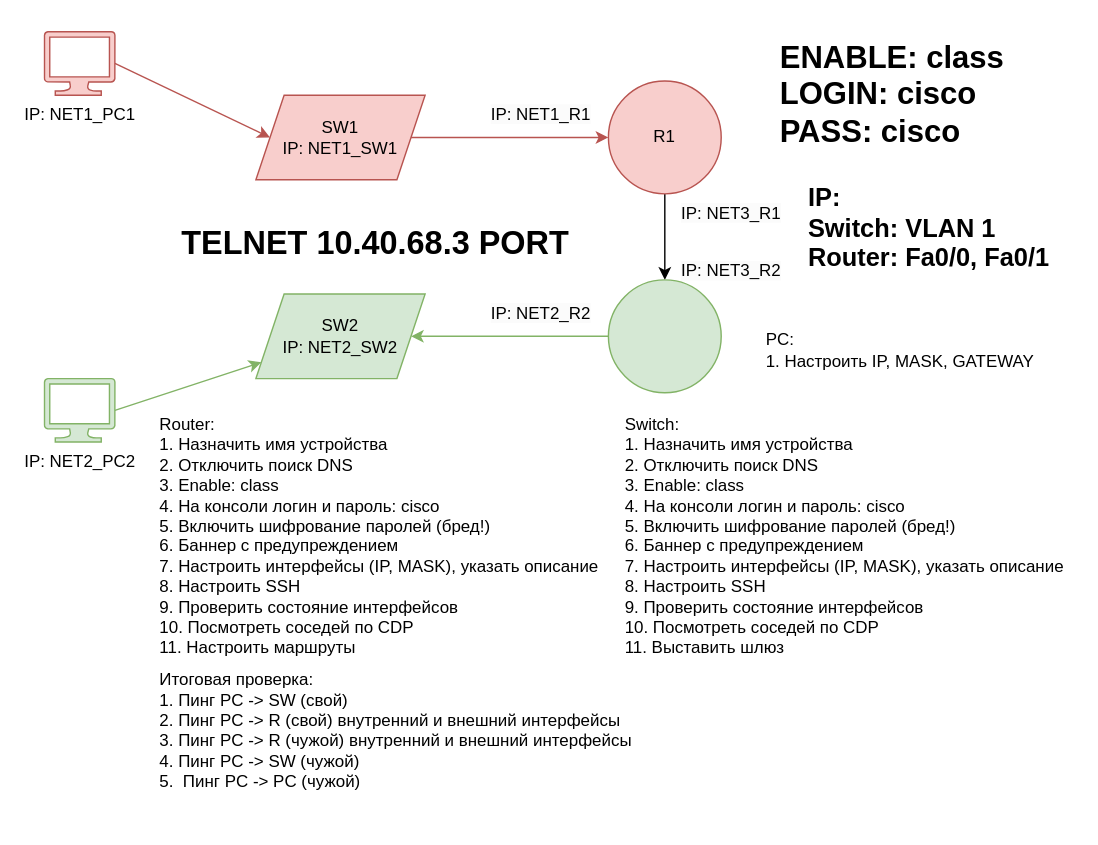
Before: CiscoNET.drawio in plazmer/Diagrams.Net, a draw.io diagram. Source tidied: cells renumbered, new cells numbered last; positions are measured from the earlier drawing's top-left corner, leaving out a move shared by most shapes. Both pictures are drawn from the tidied source at 141%, with x=0, y=0 at pixel (44, 24).
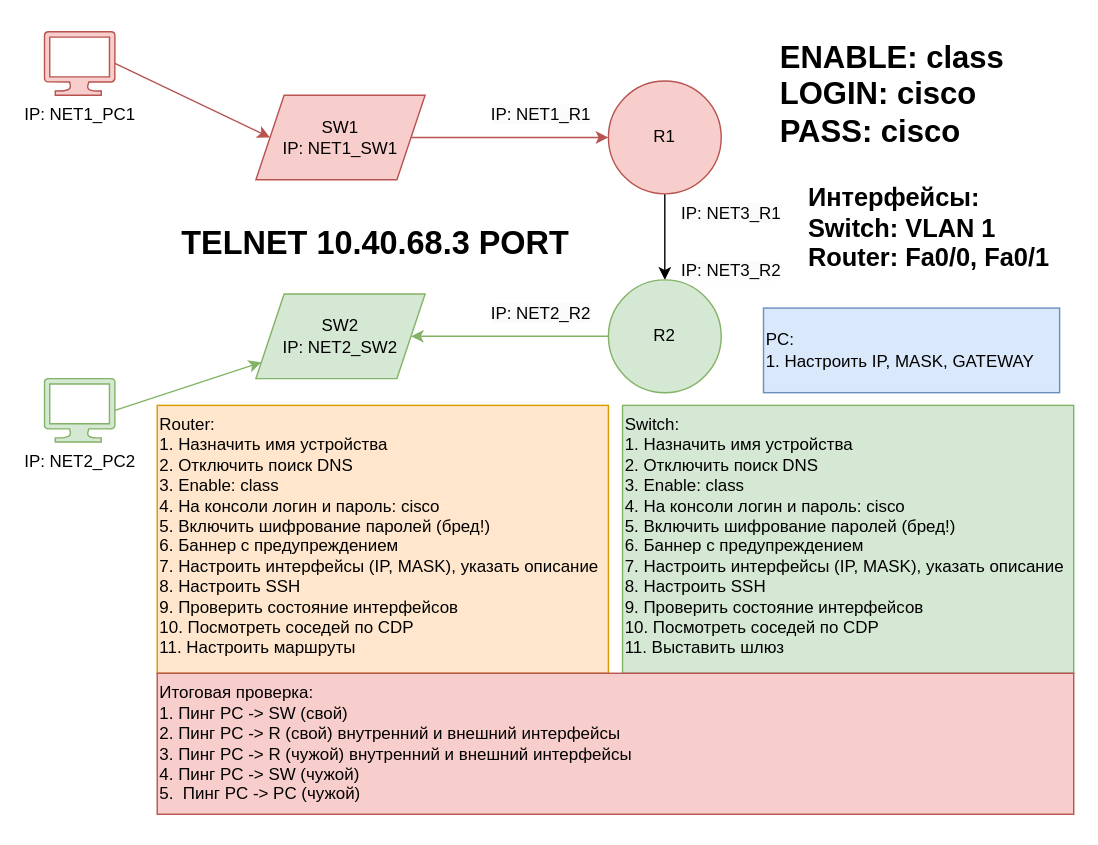
The same diagram, later.

Change to the diagram source:
```diff
@@
-    <mxCell id="8" style="ellipse;whiteSpace=wrap;html=1;fillColor=#d5e8d4;strokeColor=#82b366;" parent="1" vertex="1">
+    <mxCell id="8" value="R2" style="ellipse;whiteSpace=wrap;html=1;fillColor=#d5e8d4;strokeColor=#82b366;" parent="1" vertex="1">
       <mxGeometry x="400" y="181" width="80" height="80" as="geometry" />
     </mxCell>
@@
-    <mxCell id="15" value="IP:&lt;br style=&quot;font-size: 18px;&quot;&gt;Switch: VLAN 1&lt;br style=&quot;font-size: 18px;&quot;&gt;Router: Fa0/0, Fa0/1" style="text;html=1;strokeColor=none;fillColor=none;align=left;verticalAlign=middle;whiteSpace=wrap;rounded=0;fontStyle=1;fontSize=18;" parent="1" vertex="1">
+    <mxCell id="15" value="Интерфейсы:&lt;br style=&quot;font-size: 18px;&quot;&gt;Switch: VLAN 1&lt;br style=&quot;font-size: 18px;&quot;&gt;Router: Fa0/0, Fa0/1" style="text;html=1;strokeColor=none;fillColor=none;align=left;verticalAlign=middle;whiteSpace=wrap;rounded=0;fontStyle=1;fontSize=18;" parent="1" vertex="1">
       <mxGeometry x="540" y="110" width="180" height="70" as="geometry" />
     </mxCell>
-    <mxCell id="16" value="Router:&lt;br&gt;1. Назначить имя устройства&lt;br&gt;2. Отключить поиск DNS&lt;br&gt;3. Enable: class&lt;br&gt;4. На консоли логин и пароль: cisco&lt;br&gt;5. Включить шифрование паролей (бред!)&lt;br&gt;6. Баннер с предупреждением&lt;br&gt;7. Настроить интерфейсы (IP, MASK), указать описание&lt;br&gt;8. Настроить SSH&lt;br&gt;9. Проверить состояние интерфейсов&lt;br&gt;10. Посмотреть соседей по CDP&lt;br&gt;11. Настроить маршруты" style="text;html=1;strokeColor=none;fillColor=none;align=left;verticalAlign=top;whiteSpace=wrap;rounded=0;" parent="1" vertex="1">
-      <mxGeometry x="80" y="270" width="320" height="220" as="geometry" />
+    <mxCell id="16" value="Router:&lt;br&gt;1. Назначить имя устройства&lt;br&gt;2. Отключить поиск DNS&lt;br&gt;3. Enable: class&lt;br&gt;4. На консоли логин и пароль: cisco&lt;br&gt;5. Включить шифрование паролей (бред!)&lt;br&gt;6. Баннер с предупреждением&lt;br&gt;7. Настроить интерфейсы (IP, MASK), указать описание&lt;br&gt;8. Настроить SSH&lt;br&gt;9. Проверить состояние интерфейсов&lt;br&gt;10. Посмотреть соседей по CDP&lt;br&gt;11. Настроить маршруты" style="text;html=1;strokeColor=#d79b00;fillColor=#ffe6cc;align=left;verticalAlign=top;whiteSpace=wrap;rounded=0;" parent="1" vertex="1">
+      <mxGeometry x="80" y="270" width="320" height="190" as="geometry" />
     </mxCell>
-    <mxCell id="17" value="Switch:&lt;br style=&quot;border-color: var(--border-color);&quot;&gt;1. Назначить имя устройства&lt;br style=&quot;border-color: var(--border-color);&quot;&gt;2. Отключить поиск DNS&lt;br style=&quot;border-color: var(--border-color);&quot;&gt;3. Enable: class&lt;br style=&quot;border-color: var(--border-color);&quot;&gt;4. На консоли логин и пароль: cisco&lt;br style=&quot;border-color: var(--border-color);&quot;&gt;5. Включить шифрование паролей (бред!)&lt;br style=&quot;border-color: var(--border-color);&quot;&gt;6. Баннер с предупреждением&lt;br style=&quot;border-color: var(--border-color);&quot;&gt;7. Настроить интерфейсы (IP, MASK), указать описание&lt;br style=&quot;border-color: var(--border-color);&quot;&gt;8. Настроить SSH&lt;br style=&quot;border-color: var(--border-color);&quot;&gt;9. Проверить состояние интерфейсов&lt;br style=&quot;border-color: var(--border-color);&quot;&gt;10. Посмотреть соседей по CDP&lt;br style=&quot;border-color: var(--border-color);&quot;&gt;11. Выставить шлюз" style="text;html=1;strokeColor=none;fillColor=none;align=left;verticalAlign=top;whiteSpace=wrap;rounded=0;" parent="1" vertex="1">
-      <mxGeometry x="410" y="270" width="320" height="210" as="geometry" />
+    <mxCell id="17" value="Switch:&lt;br style=&quot;border-color: var(--border-color);&quot;&gt;1. Назначить имя устройства&lt;br style=&quot;border-color: var(--border-color);&quot;&gt;2. Отключить поиск DNS&lt;br style=&quot;border-color: var(--border-color);&quot;&gt;3. Enable: class&lt;br style=&quot;border-color: var(--border-color);&quot;&gt;4. На консоли логин и пароль: cisco&lt;br style=&quot;border-color: var(--border-color);&quot;&gt;5. Включить шифрование паролей (бред!)&lt;br style=&quot;border-color: var(--border-color);&quot;&gt;6. Баннер с предупреждением&lt;br style=&quot;border-color: var(--border-color);&quot;&gt;7. Настроить интерфейсы (IP, MASK), указать описание&lt;br style=&quot;border-color: var(--border-color);&quot;&gt;8. Настроить SSH&lt;br style=&quot;border-color: var(--border-color);&quot;&gt;9. Проверить состояние интерфейсов&lt;br style=&quot;border-color: var(--border-color);&quot;&gt;10. Посмотреть соседей по CDP&lt;br style=&quot;border-color: var(--border-color);&quot;&gt;11. Выставить шлюз" style="text;html=1;strokeColor=#82b366;fillColor=#d5e8d4;align=left;verticalAlign=top;whiteSpace=wrap;rounded=0;" parent="1" vertex="1">
+      <mxGeometry x="410" y="270" width="320" height="190" as="geometry" />
     </mxCell>
@@
-    <mxCell id="22" value="PC:&lt;br&gt;1. Настроить IP, MASK, GATEWAY" style="text;html=1;strokeColor=none;fillColor=none;align=left;verticalAlign=middle;whiteSpace=wrap;rounded=0;" parent="1" vertex="1">
+    <mxCell id="22" value="PC:&lt;br&gt;1. Настроить IP, MASK, GATEWAY" style="text;html=1;strokeColor=#6c8ebf;fillColor=#dae8fc;align=left;verticalAlign=middle;whiteSpace=wrap;rounded=0;" parent="1" vertex="1">
       <mxGeometry x="510" y="201" width="210" height="60" as="geometry" />
     </mxCell>
-    <mxCell id="23" value="Итоговая проверка:&amp;nbsp;&lt;br&gt;1. Пинг PC -&amp;gt; SW (свой)&lt;br&gt;2. Пинг PC -&amp;gt; R (свой) внутренний и внешний интерфейсы&lt;br&gt;3. Пинг PC -&amp;gt; R (чужой) внутренний и внешний интерфейсы&lt;br&gt;4.&amp;nbsp;Пинг PC -&amp;gt; SW (чужой)&lt;br&gt;5.&amp;nbsp;&amp;nbsp;Пинг PC -&amp;gt; PC (чужой)&lt;br&gt;&amp;nbsp;" style="text;html=1;strokeColor=none;fillColor=none;align=left;verticalAlign=middle;whiteSpace=wrap;rounded=0;" parent="1" vertex="1">
-      <mxGeometry x="80" y="450" width="480" height="115" as="geometry" />
+    <mxCell id="23" value="Итоговая проверка:&amp;nbsp;&lt;br&gt;1. Пинг PC -&amp;gt; SW (свой)&lt;br&gt;2. Пинг PC -&amp;gt; R (свой) внутренний и внешний интерфейсы&lt;br&gt;3. Пинг PC -&amp;gt; R (чужой) внутренний и внешний интерфейсы&lt;br&gt;4.&amp;nbsp;Пинг PC -&amp;gt; SW (чужой)&lt;br&gt;5.&amp;nbsp;&amp;nbsp;Пинг PC -&amp;gt; PC (чужой)" style="text;html=1;strokeColor=#b85450;fillColor=#f8cecc;align=left;verticalAlign=middle;whiteSpace=wrap;rounded=0;" parent="1" vertex="1">
+      <mxGeometry x="80" y="460" width="650" height="100" as="geometry" />
     </mxCell>
```
